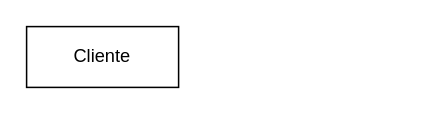
This is Manejo de bases de datos.drawio from lucaperez123/CursoAlura, a draw.io file, before an edit. Source tidied: cells renumbered, new cells numbered last; positions are measured from the earlier drawing's top-left corner, leaving out a move shared by most shapes. Both pictures are drawn from the tidied source at 152%, with x=0, y=0 at pixel (26, 26).
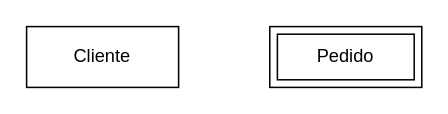
Above is the later version.

Commit message:
vemos las entidades debiles en un DER

Change to the diagram source:
```diff
@@
 <mxGraphModel>
   <root>
     <mxCell id="0" />
     <mxCell id="1" parent="0" />
     <mxCell id="2" value="Cliente" style="whiteSpace=wrap;html=1;align=center;" parent="1" vertex="1">
       <mxGeometry width="100" height="40" as="geometry" />
     </mxCell>
+    <mxCell id="3" value="Pedido" style="shape=ext;margin=3;double=1;whiteSpace=wrap;html=1;align=center;" parent="1" vertex="1">
+      <mxGeometry x="160" width="100" height="40" as="geometry" />
+    </mxCell>
   </root>
 </mxGraphModel>
```
